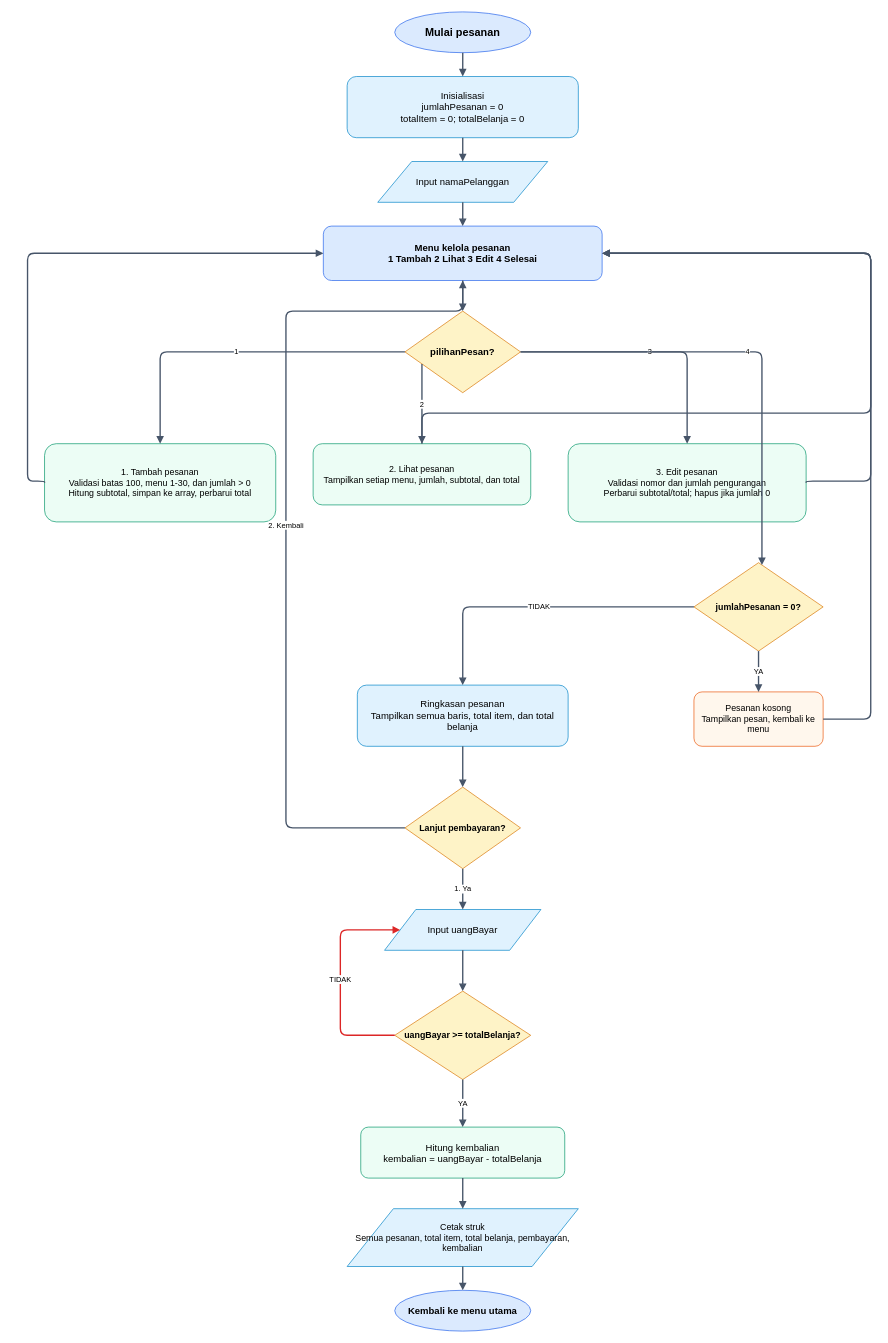
Earlier version of the draw.io diagram PJBL-Daspro.drawio (SyamayDev/PJBL_Daspro). Source tidied: cells renumbered, new cells numbered last; positions are measured from the earlier drawing's top-left corner, leaving out a move shared by most shapes. Both pictures are drawn from the tidied source at 68%, with x=0, y=0 at pixel (27, 12).
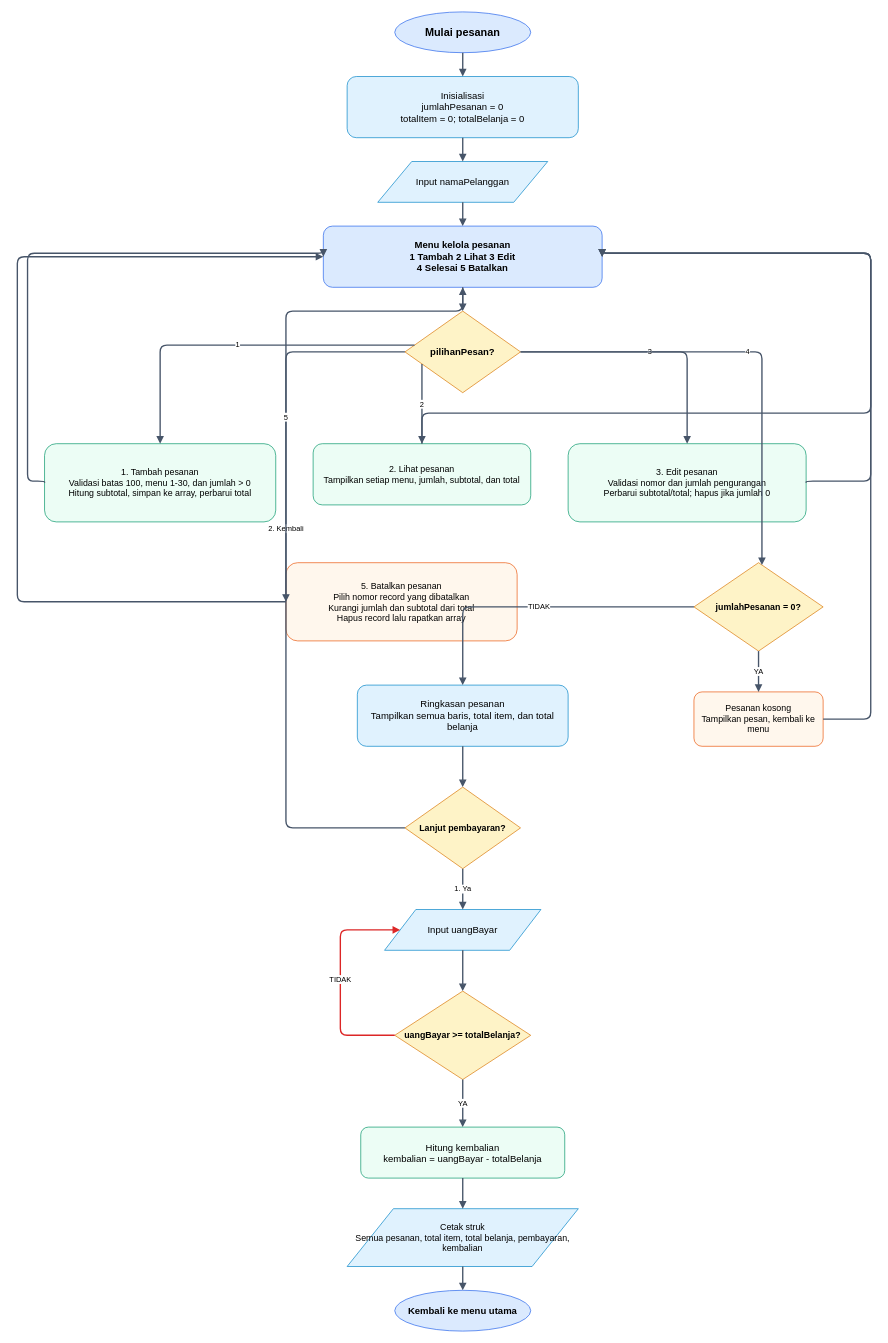
The same diagram, later.

The change refers to these unchanged cells:
```xml
<mxCell id="6" value="pilihanPesan?" style="rhombus;whiteSpace=wrap;html=1;fillColor=#fef3c7;strokeColor=#d97706;fontStyle=1;fontSize=14;" parent="1" vertex="1">
  <mxGeometry x="555" y="440" width="170" height="120" as="geometry" />
</mxCell>
<mxCell id="7" value="1. Tambah pesanan&#10;Validasi batas 100, menu 1-30, dan jumlah &gt; 0&#10;Hitung subtotal, simpan ke array, perbarui total" style="rounded=1;whiteSpace=wrap;html=1;fillColor=#ecfdf5;strokeColor=#059669;fontSize=13;" parent="1" vertex="1">
  <mxGeometry x="25" y="635" width="340" height="115" as="geometry" />
</mxCell>
```

What changed in the source:
```diff
@@
-    <mxCell id="5" value="Menu kelola pesanan&#10;1 Tambah   2 Lihat   3 Edit   4 Selesai" style="rounded=1;whiteSpace=wrap;html=1;fillColor=#dbeafe;strokeColor=#2563eb;fontStyle=1;fontSize=14;" parent="1" vertex="1">
-      <mxGeometry x="435" y="315" width="410" height="80" as="geometry" />
+    <mxCell id="5" value="Menu kelola pesanan&#10;1 Tambah   2 Lihat   3 Edit&#10;4 Selesai   5 Batalkan" style="rounded=1;whiteSpace=wrap;html=1;fillColor=#dbeafe;strokeColor=#2563eb;fontStyle=1;fontSize=14;" parent="1" vertex="1">
+      <mxGeometry x="435" y="315" width="410" height="90" as="geometry" />
     </mxCell>
@@
+    <mxCell id="41" value="5. Batalkan pesanan&#10;Pilih nomor record yang dibatalkan&#10;Kurangi jumlah dan subtotal dari total&#10;Hapus record lalu rapatkan array" style="rounded=1;whiteSpace=wrap;html=1;fillColor=#fff7ed;strokeColor=#ea580c;fontSize=13;" parent="1" vertex="1">
+      <mxGeometry x="380" y="810" width="340" height="115" as="geometry" />
+    </mxCell>
@@
     <mxCell id="23" value="1" style="edgeStyle=orthogonalEdgeStyle;rounded=1;html=1;endArrow=block;endFill=1;strokeWidth=2;strokeColor=#475569;" parent="1" edge="1" source="6" target="7">
       <mxGeometry relative="1" as="geometry">
         <Array as="points">
-          <mxPoint x="365" y="500" />
-          <mxPoint x="195" y="500" />
+          <mxPoint x="410" y="490" />
+          <mxPoint x="195" y="490" />
         </Array>
       </mxGeometry>
     </mxCell>
@@
+    <mxCell id="42" value="5" style="edgeStyle=orthogonalEdgeStyle;rounded=1;html=1;endArrow=block;endFill=1;strokeWidth=2;strokeColor=#475569;exitX=0;exitY=0.5;entryX=0;entryY=0.5;" parent="1" edge="1" source="6" target="41">
+      <mxGeometry relative="1" as="geometry">
+        <Array as="points">
+          <mxPoint x="380" y="500" />
+          <mxPoint x="380" y="867" />
+        </Array>
+      </mxGeometry>
+    </mxCell>
+    <mxCell id="43" style="edgeStyle=orthogonalEdgeStyle;rounded=1;html=1;endArrow=block;endFill=1;strokeWidth=2;strokeColor=#475569;exitX=0;exitY=0.5;entryX=0;entryY=0.5;" parent="1" edge="1" source="41" target="5">
+      <mxGeometry relative="1" as="geometry">
+        <Array as="points">
+          <mxPoint x="-15" y="867" />
+          <mxPoint x="-15" y="360" />
+        </Array>
+      </mxGeometry>
+    </mxCell>
```
